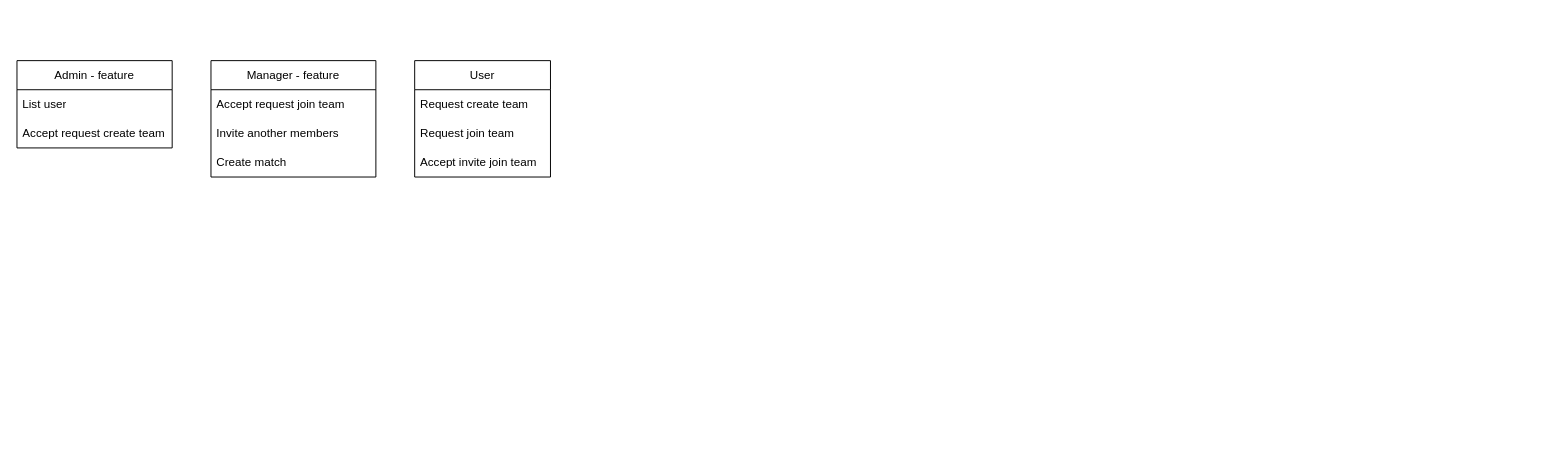
Before: team-manager.drawio in dinhan29/team-manager, a draw.io diagram. Source tidied: cells renumbered, new cells numbered last; positions are measured from the earlier drawing's top-left corner, leaving out a move shared by most shapes. Both pictures are drawn from the tidied source at 97%, with x=0, y=0 at pixel (16, 60).
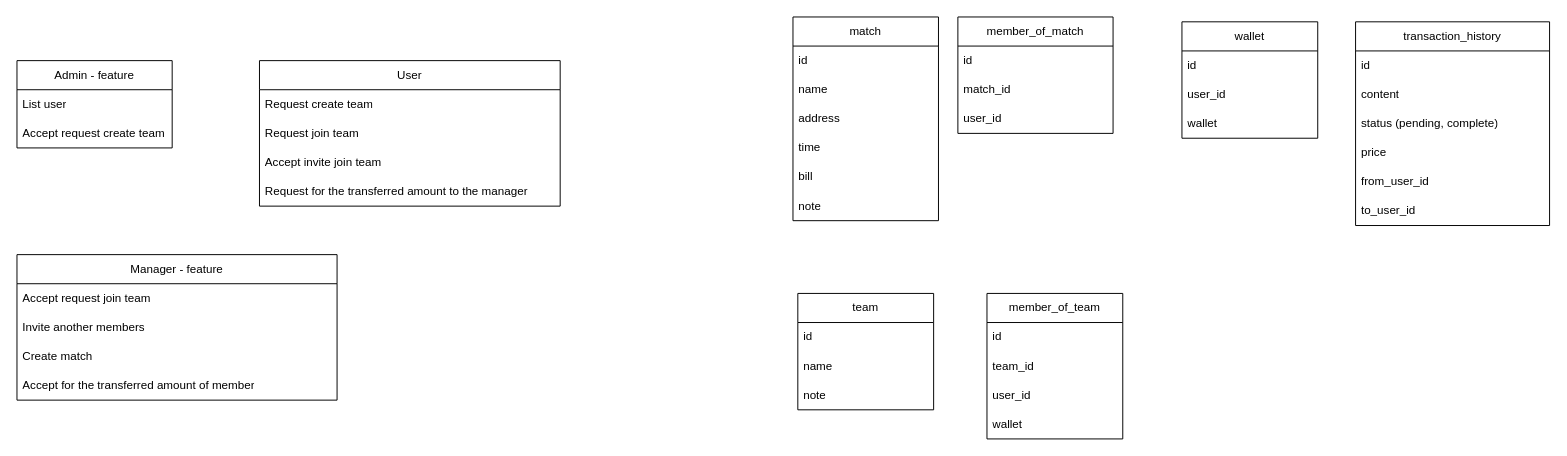
The same page after the edit.

Commit message:
Design feature - task

Diff of the diagram source:
```diff
@@
     <mxCell id="5" value="Manager - feature" style="swimlane;fontStyle=0;horizontal=1;startSize=30;whiteSpace=wrap;html=1;" parent="1" vertex="1">
-      <mxGeometry x="200" width="170" height="120" as="geometry" />
+      <mxGeometry y="200" width="330" height="150" as="geometry" />
     </mxCell>
     <mxCell id="6" value="Accept request join team" style="text;strokeColor=none;fillColor=none;align=left;verticalAlign=middle;spacingLeft=4;spacingRight=4;overflow=hidden;whiteSpace=wrap;html=1;" parent="5" vertex="1">
-      <mxGeometry y="30" width="170" height="30" as="geometry" />
+      <mxGeometry y="30" width="330" height="30" as="geometry" />
     </mxCell>
     <mxCell id="7" value="Invite another members" style="text;strokeColor=none;fillColor=none;align=left;verticalAlign=middle;spacingLeft=4;spacingRight=4;overflow=hidden;whiteSpace=wrap;html=1;" parent="5" vertex="1">
-      <mxGeometry y="60" width="170" height="30" as="geometry" />
+      <mxGeometry y="60" width="330" height="30" as="geometry" />
     </mxCell>
     <mxCell id="8" value="Create match" style="text;strokeColor=none;fillColor=none;align=left;verticalAlign=middle;spacingLeft=4;spacingRight=4;overflow=hidden;whiteSpace=wrap;html=1;" parent="5" vertex="1">
-      <mxGeometry y="90" width="170" height="30" as="geometry" />
+      <mxGeometry y="90" width="330" height="30" as="geometry" />
     </mxCell>
+    <mxCell id="13" value="Accept for the transferred amount&amp;nbsp;of member" style="text;strokeColor=none;fillColor=none;align=left;verticalAlign=middle;spacingLeft=4;spacingRight=4;overflow=hidden;whiteSpace=wrap;html=1;" parent="5" vertex="1">
+      <mxGeometry y="120" width="330" height="30" as="geometry" />
+    </mxCell>
     <mxCell id="9" value="User" style="swimlane;fontStyle=0;horizontal=1;startSize=30;whiteSpace=wrap;html=1;" parent="1" vertex="1">
-      <mxGeometry x="410" width="140" height="120" as="geometry" />
+      <mxGeometry x="250" width="310" height="150" as="geometry" />
     </mxCell>
     <mxCell id="10" value="Request create team" style="text;strokeColor=none;fillColor=none;align=left;verticalAlign=middle;spacingLeft=4;spacingRight=4;overflow=hidden;whiteSpace=wrap;html=1;" parent="9" vertex="1">
-      <mxGeometry y="30" width="140" height="30" as="geometry" />
+      <mxGeometry y="30" width="310" height="30" as="geometry" />
     </mxCell>
     <mxCell id="11" value="Request join team" style="text;strokeColor=none;fillColor=none;align=left;verticalAlign=middle;spacingLeft=4;spacingRight=4;overflow=hidden;whiteSpace=wrap;html=1;" parent="9" vertex="1">
-      <mxGeometry y="60" width="140" height="30" as="geometry" />
+      <mxGeometry y="60" width="310" height="30" as="geometry" />
     </mxCell>
     <mxCell id="12" value="Accept invite join team" style="text;strokeColor=none;fillColor=none;align=left;verticalAlign=middle;spacingLeft=4;spacingRight=4;overflow=hidden;whiteSpace=wrap;html=1;" parent="9" vertex="1">
-      <mxGeometry y="90" width="140" height="30" as="geometry" />
+      <mxGeometry y="90" width="310" height="30" as="geometry" />
     </mxCell>
+    <mxCell id="14" value="Request for the transferred amount to the manager" style="text;strokeColor=none;fillColor=none;align=left;verticalAlign=middle;spacingLeft=4;spacingRight=4;overflow=hidden;whiteSpace=wrap;html=1;" parent="9" vertex="1">
+      <mxGeometry y="120" width="310" height="30" as="geometry" />
+    </mxCell>
+    <mxCell id="15" value="match" style="swimlane;fontStyle=0;horizontal=1;startSize=30;whiteSpace=wrap;html=1;" parent="1" vertex="1">
+      <mxGeometry x="800" y="-45" width="150" height="210" as="geometry" />
+    </mxCell>
+    <mxCell id="16" value="id" style="text;strokeColor=none;fillColor=none;align=left;verticalAlign=middle;spacingLeft=4;spacingRight=4;overflow=hidden;whiteSpace=wrap;html=1;" parent="15" vertex="1">
+      <mxGeometry y="30" width="150" height="30" as="geometry" />
+    </mxCell>
+    <mxCell id="17" value="name" style="text;strokeColor=none;fillColor=none;align=left;verticalAlign=middle;spacingLeft=4;spacingRight=4;overflow=hidden;whiteSpace=wrap;html=1;" parent="15" vertex="1">
+      <mxGeometry y="60" width="150" height="30" as="geometry" />
+    </mxCell>
+    <mxCell id="18" value="address" style="text;strokeColor=none;fillColor=none;align=left;verticalAlign=middle;spacingLeft=4;spacingRight=4;overflow=hidden;whiteSpace=wrap;html=1;" parent="15" vertex="1">
+      <mxGeometry y="90" width="150" height="30" as="geometry" />
+    </mxCell>
+    <mxCell id="19" value="time" style="text;strokeColor=none;fillColor=none;align=left;verticalAlign=middle;spacingLeft=4;spacingRight=4;overflow=hidden;whiteSpace=wrap;html=1;" parent="15" vertex="1">
+      <mxGeometry y="120" width="150" height="30" as="geometry" />
+    </mxCell>
+    <mxCell id="20" value="bill" style="text;strokeColor=none;fillColor=none;align=left;verticalAlign=middle;spacingLeft=4;spacingRight=4;overflow=hidden;whiteSpace=wrap;html=1;" parent="15" vertex="1">
+      <mxGeometry y="150" width="150" height="30" as="geometry" />
+    </mxCell>
+    <mxCell id="21" value="note" style="text;strokeColor=none;fillColor=none;align=left;verticalAlign=middle;spacingLeft=4;spacingRight=4;overflow=hidden;whiteSpace=wrap;html=1;" parent="15" vertex="1">
+      <mxGeometry y="180" width="150" height="30" as="geometry" />
+    </mxCell>
+    <mxCell id="22" value="member_of_match" style="swimlane;fontStyle=0;horizontal=1;startSize=30;whiteSpace=wrap;html=1;" parent="1" vertex="1">
+      <mxGeometry x="970" y="-45" width="160" height="120" as="geometry" />
+    </mxCell>
+    <mxCell id="23" value="id" style="text;strokeColor=none;fillColor=none;align=left;verticalAlign=middle;spacingLeft=4;spacingRight=4;overflow=hidden;whiteSpace=wrap;html=1;" parent="22" vertex="1">
+      <mxGeometry y="30" width="160" height="30" as="geometry" />
+    </mxCell>
+    <mxCell id="24" value="match_id" style="text;strokeColor=none;fillColor=none;align=left;verticalAlign=middle;spacingLeft=4;spacingRight=4;overflow=hidden;whiteSpace=wrap;html=1;" parent="22" vertex="1">
+      <mxGeometry y="60" width="160" height="30" as="geometry" />
+    </mxCell>
+    <mxCell id="25" value="user_id" style="text;strokeColor=none;fillColor=none;align=left;verticalAlign=middle;spacingLeft=4;spacingRight=4;overflow=hidden;whiteSpace=wrap;html=1;" parent="22" vertex="1">
+      <mxGeometry y="90" width="160" height="30" as="geometry" />
+    </mxCell>
+    <mxCell id="26" value="team" style="swimlane;fontStyle=0;horizontal=1;startSize=30;whiteSpace=wrap;html=1;" parent="1" vertex="1">
+      <mxGeometry x="805" y="240" width="140" height="120" as="geometry" />
+    </mxCell>
+    <mxCell id="27" value="id" style="text;strokeColor=none;fillColor=none;align=left;verticalAlign=middle;spacingLeft=4;spacingRight=4;overflow=hidden;whiteSpace=wrap;html=1;" parent="26" vertex="1">
+      <mxGeometry y="30" width="140" height="30" as="geometry" />
+    </mxCell>
+    <mxCell id="28" value="name" style="text;strokeColor=none;fillColor=none;align=left;verticalAlign=middle;spacingLeft=4;spacingRight=4;overflow=hidden;whiteSpace=wrap;html=1;" parent="26" vertex="1">
+      <mxGeometry y="60" width="140" height="30" as="geometry" />
+    </mxCell>
+    <mxCell id="29" value="note" style="text;strokeColor=none;fillColor=none;align=left;verticalAlign=middle;spacingLeft=4;spacingRight=4;overflow=hidden;whiteSpace=wrap;html=1;" parent="26" vertex="1">
+      <mxGeometry y="90" width="140" height="30" as="geometry" />
+    </mxCell>
+    <mxCell id="30" value="member_of_team" style="swimlane;fontStyle=0;horizontal=1;startSize=30;whiteSpace=wrap;html=1;" parent="1" vertex="1">
+      <mxGeometry x="1000" y="240" width="140" height="150" as="geometry" />
+    </mxCell>
+    <mxCell id="31" value="id" style="text;strokeColor=none;fillColor=none;align=left;verticalAlign=middle;spacingLeft=4;spacingRight=4;overflow=hidden;whiteSpace=wrap;html=1;" parent="30" vertex="1">
+      <mxGeometry y="30" width="140" height="30" as="geometry" />
+    </mxCell>
+    <mxCell id="32" value="team_id" style="text;strokeColor=none;fillColor=none;align=left;verticalAlign=middle;spacingLeft=4;spacingRight=4;overflow=hidden;whiteSpace=wrap;html=1;" parent="30" vertex="1">
+      <mxGeometry y="60" width="140" height="30" as="geometry" />
+    </mxCell>
+    <mxCell id="33" value="user_id" style="text;strokeColor=none;fillColor=none;align=left;verticalAlign=middle;spacingLeft=4;spacingRight=4;overflow=hidden;whiteSpace=wrap;html=1;" parent="30" vertex="1">
+      <mxGeometry y="90" width="140" height="30" as="geometry" />
+    </mxCell>
+    <mxCell id="34" value="wallet" style="text;strokeColor=none;fillColor=none;align=left;verticalAlign=middle;spacingLeft=4;spacingRight=4;overflow=hidden;whiteSpace=wrap;html=1;" parent="30" vertex="1">
+      <mxGeometry y="120" width="140" height="30" as="geometry" />
+    </mxCell>
+    <mxCell id="35" value="wallet" style="swimlane;fontStyle=0;horizontal=1;startSize=30;whiteSpace=wrap;html=1;" parent="1" vertex="1">
+      <mxGeometry x="1201" y="-40" width="140" height="120" as="geometry" />
+    </mxCell>
+    <mxCell id="36" value="id" style="text;strokeColor=none;fillColor=none;align=left;verticalAlign=middle;spacingLeft=4;spacingRight=4;overflow=hidden;whiteSpace=wrap;html=1;" parent="35" vertex="1">
+      <mxGeometry y="30" width="140" height="30" as="geometry" />
+    </mxCell>
+    <mxCell id="37" value="user_id" style="text;strokeColor=none;fillColor=none;align=left;verticalAlign=middle;spacingLeft=4;spacingRight=4;overflow=hidden;whiteSpace=wrap;html=1;" parent="35" vertex="1">
+      <mxGeometry y="60" width="140" height="30" as="geometry" />
+    </mxCell>
+    <mxCell id="38" value="wallet" style="text;strokeColor=none;fillColor=none;align=left;verticalAlign=middle;spacingLeft=4;spacingRight=4;overflow=hidden;whiteSpace=wrap;html=1;" parent="35" vertex="1">
+      <mxGeometry y="90" width="140" height="30" as="geometry" />
+    </mxCell>
+    <mxCell id="39" value="transaction_history" style="swimlane;fontStyle=0;horizontal=1;startSize=30;whiteSpace=wrap;html=1;" parent="1" vertex="1">
+      <mxGeometry x="1380" y="-40" width="200" height="210" as="geometry" />
+    </mxCell>
+    <mxCell id="40" value="id" style="text;strokeColor=none;fillColor=none;align=left;verticalAlign=middle;spacingLeft=4;spacingRight=4;overflow=hidden;whiteSpace=wrap;html=1;" parent="39" vertex="1">
+      <mxGeometry y="30" width="200" height="30" as="geometry" />
+    </mxCell>
+    <mxCell id="41" value="content" style="text;strokeColor=none;fillColor=none;align=left;verticalAlign=middle;spacingLeft=4;spacingRight=4;overflow=hidden;whiteSpace=wrap;html=1;" parent="39" vertex="1">
+      <mxGeometry y="60" width="200" height="30" as="geometry" />
+    </mxCell>
+    <mxCell id="42" value="status (pending, complete)" style="text;strokeColor=none;fillColor=none;align=left;verticalAlign=middle;spacingLeft=4;spacingRight=4;overflow=hidden;whiteSpace=wrap;html=1;" parent="39" vertex="1">
+      <mxGeometry y="90" width="200" height="30" as="geometry" />
+    </mxCell>
+    <mxCell id="43" value="price" style="text;strokeColor=none;fillColor=none;align=left;verticalAlign=middle;spacingLeft=4;spacingRight=4;overflow=hidden;whiteSpace=wrap;html=1;" parent="39" vertex="1">
+      <mxGeometry y="120" width="200" height="30" as="geometry" />
+    </mxCell>
+    <mxCell id="44" value="from_user_id" style="text;strokeColor=none;fillColor=none;align=left;verticalAlign=middle;spacingLeft=4;spacingRight=4;overflow=hidden;whiteSpace=wrap;html=1;" parent="39" vertex="1">
+      <mxGeometry y="150" width="200" height="30" as="geometry" />
+    </mxCell>
+    <mxCell id="45" value="to_user_id" style="text;strokeColor=none;fillColor=none;align=left;verticalAlign=middle;spacingLeft=4;spacingRight=4;overflow=hidden;whiteSpace=wrap;html=1;" parent="39" vertex="1">
+      <mxGeometry y="180" width="200" height="30" as="geometry" />
+    </mxCell>
```
